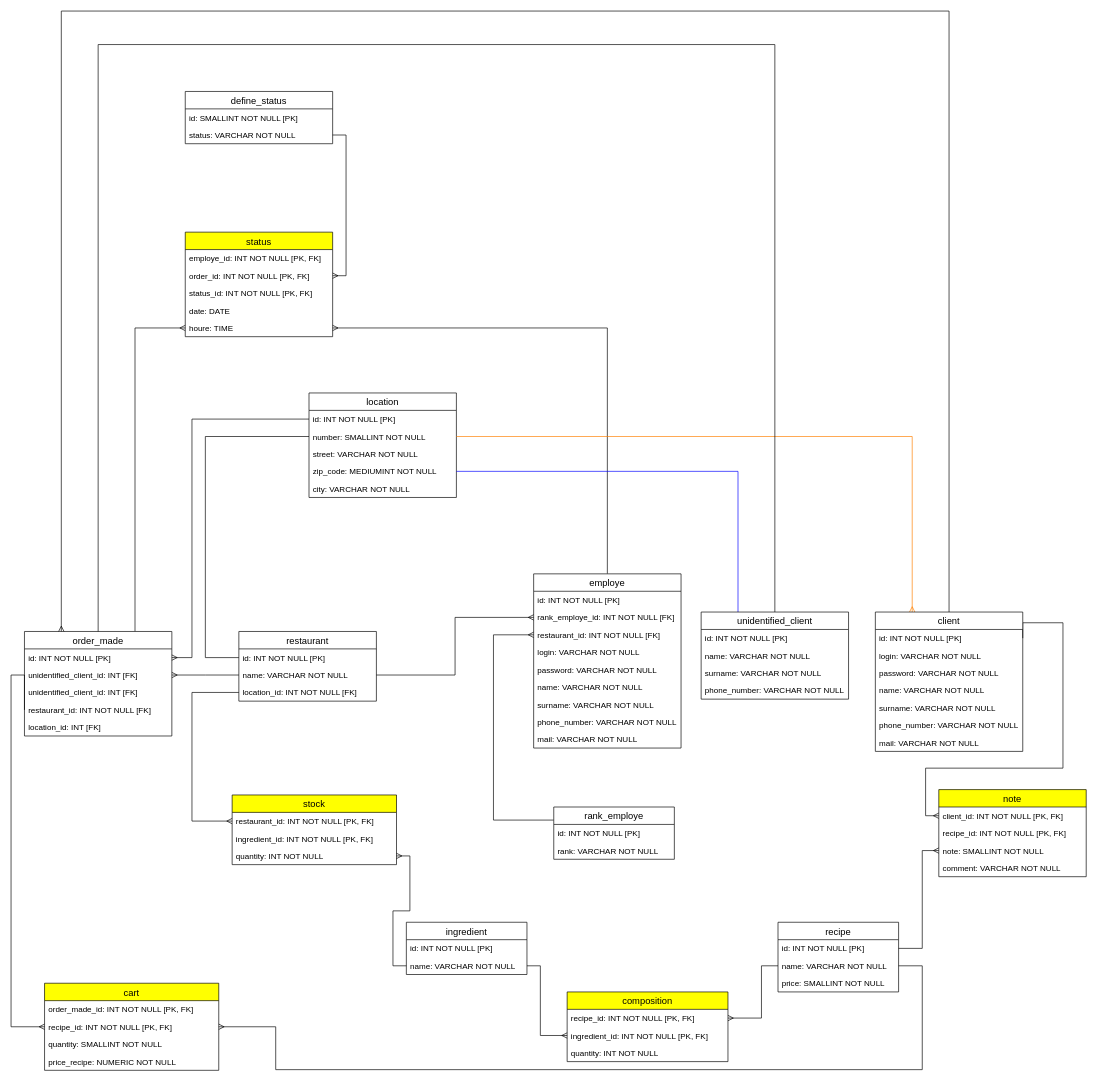
damien-devpy/OC-P6 keeps this draw.io diagram as MPD.drawio. Above is the earlier version. Source tidied: cells renumbered, new cells numbered last; positions are measured from the earlier drawing's top-left corner, leaving out a move shared by most shapes. Both pictures are drawn from the tidied source at 67%, with x=0, y=0 at pixel (11, 11).
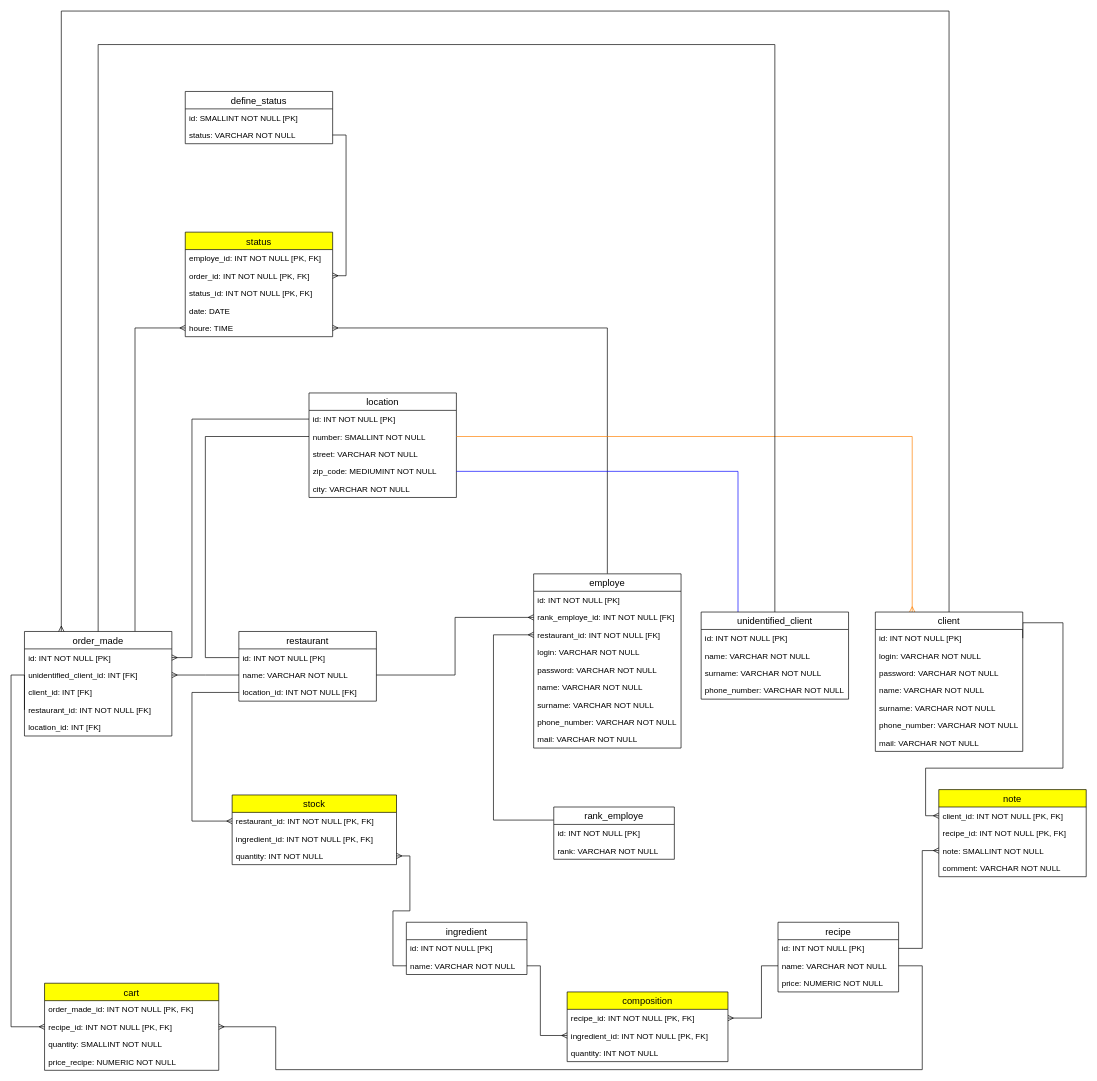
The same page after the edit.

The change refers to these unchanged cells:
```xml
<mxCell id="33" value="order_made" style="swimlane;fontStyle=0;horizontal=1;startSize=26;align=center;fontSize=14;labelBackgroundColor=#ffffff;strokeColor=#000000;" parent="1" vertex="1">
  <mxGeometry x="20" y="926" width="220" height="156" as="geometry" />
</mxCell>
<mxCell id="52" value="recipe" style="swimlane;fontStyle=0;horizontal=1;startSize=26;align=center;fontSize=14;" parent="1" vertex="1">
  <mxGeometry x="1144.7" y="1360" width="180" height="104" as="geometry" />
</mxCell>
```

Change to the diagram source:
```diff
@@
-    <mxCell id="36" value="unidentified_client_id: INT [FK]" style="text;strokeColor=none;fillColor=none;spacingLeft=4;spacingRight=4;overflow=hidden;fontSize=12;" parent="33" vertex="1">
+    <mxCell id="36" value="client_id: INT [FK]" style="text;strokeColor=none;fillColor=none;spacingLeft=4;spacingRight=4;overflow=hidden;fontSize=12;" parent="33" vertex="1">
       <mxGeometry y="78" width="220" height="26" as="geometry" />
     </mxCell>
@@
-    <mxCell id="55" value="price: SMALLINT NOT NULL" style="text;strokeColor=none;fillColor=none;spacingLeft=4;spacingRight=4;overflow=hidden;fontSize=12;labelBackgroundColor=#ffffff;" parent="52" vertex="1">
+    <mxCell id="55" value="price: NUMERIC NOT NULL" style="text;strokeColor=none;fillColor=none;spacingLeft=4;spacingRight=4;overflow=hidden;fontSize=12;labelBackgroundColor=#ffffff;" parent="52" vertex="1">
       <mxGeometry y="78" width="180" height="26" as="geometry" />
     </mxCell>
```
